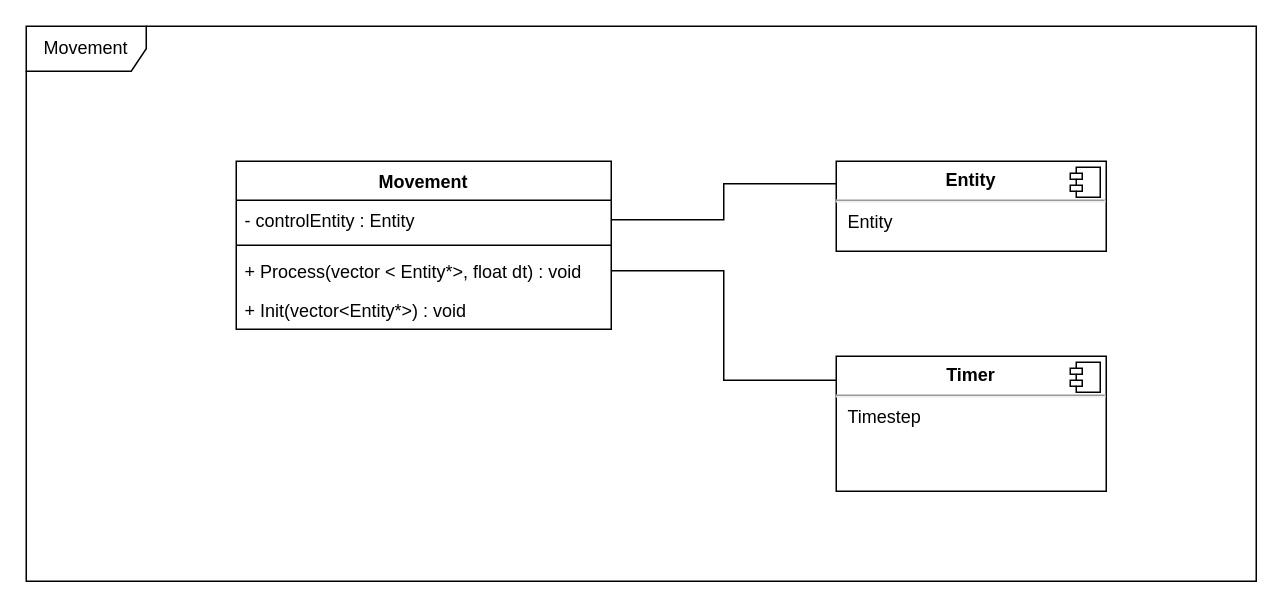
Before: page "Movement" (13 of 14) of UMLDiagram.drawio in hazN/ECS_Engine, a draw.io diagram. Source tidied: cells renumbered, new cells numbered last; positions are measured from the earlier drawing's top-left corner, leaving out a move shared by most shapes. Both pictures are drawn from the tidied source at 150%, with x=0, y=0 at pixel (26, 26).
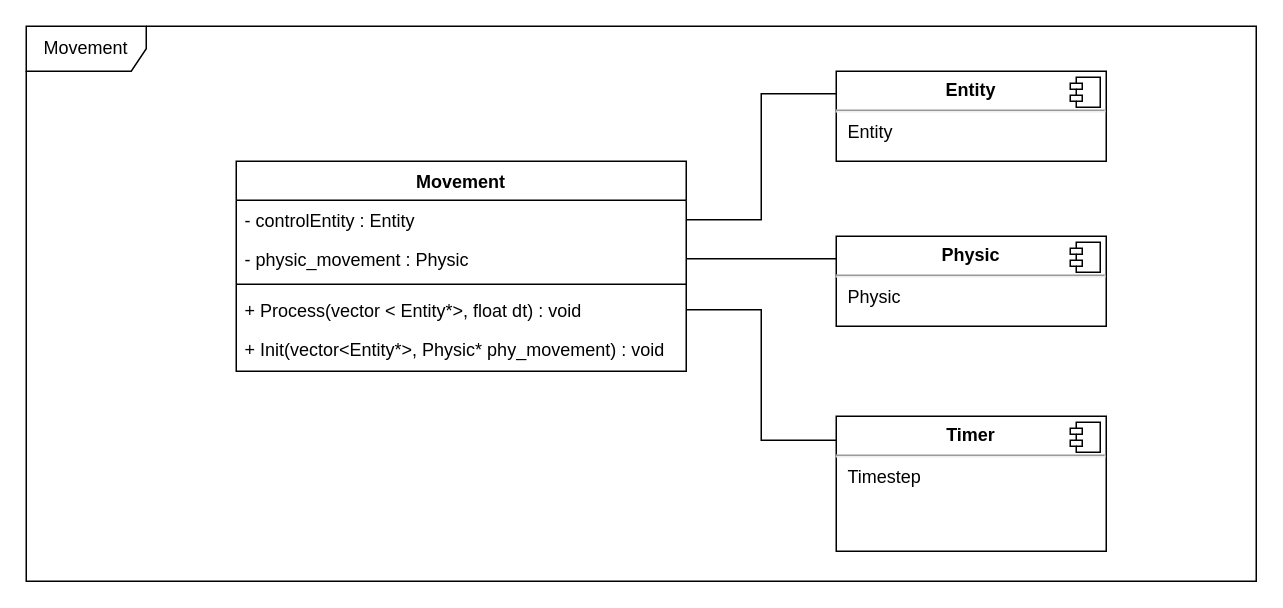
After the change.

The edit, as a diff of the source:
```diff
@@
 <mxGraphModel>
   <root>
     <mxCell id="0" />
     <mxCell id="1" parent="0" />
     <mxCell id="2" value="Movement" style="shape=umlFrame;whiteSpace=wrap;html=1;width=80;height=30;" parent="1" vertex="1">
       <mxGeometry width="820" height="370" as="geometry" />
     </mxCell>
     <mxCell id="3" value="Movement" style="swimlane;fontStyle=1;align=center;verticalAlign=top;horizontal=1;startSize=26;" parent="1" vertex="1">
-      <mxGeometry x="140" y="90" width="250" height="112" as="geometry" />
+      <mxGeometry x="140" y="90" width="300" height="140" as="geometry" />
     </mxCell>
+    <mxCell id="14" value="- controlEntity : Entity" style="text;strokeColor=none;fillColor=none;align=left;verticalAlign=top;spacingLeft=4;spacingRight=4;overflow=hidden;points=[[0,0.5],[1,0.5]];portConstraint=eastwest;" parent="3" vertex="1">
+      <mxGeometry y="26" width="300" height="26" as="geometry" />
+    </mxCell>
-    <mxCell id="4" value="- controlEntity : Entity" style="text;strokeColor=none;fillColor=none;align=left;verticalAlign=top;spacingLeft=4;spacingRight=4;overflow=hidden;points=[[0,0.5],[1,0.5]];portConstraint=eastwest;" parent="3" vertex="1">
-      <mxGeometry y="26" width="250" height="26" as="geometry" />
+    <mxCell id="4" value="- physic_movement : Physic" style="text;strokeColor=none;fillColor=none;align=left;verticalAlign=top;spacingLeft=4;spacingRight=4;overflow=hidden;points=[[0,0.5],[1,0.5]];portConstraint=eastwest;" parent="3" vertex="1">
+      <mxGeometry y="52" width="300" height="26" as="geometry" />
     </mxCell>
     <mxCell id="5" style="line;strokeWidth=1;fillColor=none;align=left;verticalAlign=middle;spacingTop=-1;spacingLeft=3;spacingRight=3;labelPosition=right;strokeColor=inherit;" parent="3" vertex="1">
-      <mxGeometry y="52" width="250" height="8" as="geometry" />
+      <mxGeometry y="78" width="300" height="8" as="geometry" />
     </mxCell>
     <mxCell id="6" value="+ Process(vector &lt; Entity*&gt;, float dt) : void" style="text;strokeColor=none;fillColor=none;align=left;verticalAlign=top;spacingLeft=4;spacingRight=4;overflow=hidden;points=[[0,0.5],[1,0.5]];portConstraint=eastwest;" parent="3" vertex="1">
-      <mxGeometry y="60" width="250" height="26" as="geometry" />
+      <mxGeometry y="86" width="300" height="26" as="geometry" />
     </mxCell>
-    <mxCell id="7" value="+ Init(vector&lt;Entity*&gt;) : void" style="text;strokeColor=none;fillColor=none;align=left;verticalAlign=top;spacingLeft=4;spacingRight=4;overflow=hidden;" parent="3" vertex="1">
-      <mxGeometry y="86" width="250" height="26" as="geometry" />
+    <mxCell id="7" value="+ Init(vector&lt;Entity*&gt;, Physic* phy_movement) : void" style="text;strokeColor=none;fillColor=none;align=left;verticalAlign=top;spacingLeft=4;spacingRight=4;overflow=hidden;" parent="3" vertex="1">
+      <mxGeometry y="112" width="300" height="28" as="geometry" />
     </mxCell>
     <mxCell id="8" value="&lt;p style=&quot;margin:0px;margin-top:6px;text-align:center;&quot;&gt;&lt;b&gt;Entity&lt;/b&gt;&lt;/p&gt;&lt;hr&gt;&lt;p style=&quot;margin:0px;margin-left:8px;&quot;&gt;Entity&lt;/p&gt;" style="align=left;overflow=fill;html=1;" parent="1" vertex="1">
-      <mxGeometry x="540" y="90" width="180" height="60" as="geometry" />
+      <mxGeometry x="540" y="30" width="180" height="60" as="geometry" />
     </mxCell>
     <mxCell id="9" style="shape=component;jettyWidth=8;jettyHeight=4;" parent="8" vertex="1">
       <mxGeometry x="1" width="20" height="20" relative="1" as="geometry">
         <mxPoint x="-24" y="4" as="offset" />
       </mxGeometry>
     </mxCell>
-    <mxCell id="10" style="edgeStyle=orthogonalEdgeStyle;rounded=0;jettySize=auto;html=1;exitX=1;exitY=0.5;exitDx=0;exitDy=0;entryX=0;entryY=0.25;entryDx=0;entryDy=0;endArrow=none;endFill=0;" parent="1" edge="1" source="4" target="8">
+    <mxCell id="10" style="edgeStyle=orthogonalEdgeStyle;rounded=0;jettySize=auto;html=1;exitX=1;exitY=0.5;exitDx=0;exitDy=0;entryX=0;entryY=0.25;entryDx=0;entryDy=0;endArrow=none;endFill=0;" parent="1" edge="1" source="14" target="8">
       <mxGeometry relative="1" as="geometry" />
     </mxCell>
     <mxCell id="11" value="&lt;p style=&quot;margin:0px;margin-top:6px;text-align:center;&quot;&gt;&lt;b&gt;Timer&lt;/b&gt;&lt;/p&gt;&lt;hr&gt;&lt;p style=&quot;margin:0px;margin-left:8px;&quot;&gt;Timestep&lt;/p&gt;" style="align=left;overflow=fill;html=1;" parent="1" vertex="1">
-      <mxGeometry x="540" y="220" width="180" height="90" as="geometry" />
+      <mxGeometry x="540" y="260" width="180" height="90" as="geometry" />
     </mxCell>
     <mxCell id="12" style="shape=component;jettyWidth=8;jettyHeight=4;" parent="11" vertex="1">
       <mxGeometry x="1" width="20" height="20" relative="1" as="geometry">
         <mxPoint x="-24" y="4" as="offset" />
       </mxGeometry>
     </mxCell>
     <mxCell id="13" style="edgeStyle=orthogonalEdgeStyle;rounded=0;jettySize=auto;html=1;exitX=1;exitY=0.5;exitDx=0;exitDy=0;entryX=0;entryY=0.178;entryDx=0;entryDy=0;entryPerimeter=0;endArrow=none;endFill=0;" parent="1" edge="1" source="6" target="11">
       <mxGeometry relative="1" as="geometry" />
     </mxCell>
+    <mxCell id="15" value="&lt;p style=&quot;margin:0px;margin-top:6px;text-align:center;&quot;&gt;&lt;b&gt;Physic&lt;/b&gt;&lt;/p&gt;&lt;hr&gt;&lt;p style=&quot;margin:0px;margin-left:8px;&quot;&gt;Physic&lt;/p&gt;" style="align=left;overflow=fill;html=1;" parent="1" vertex="1">
+      <mxGeometry x="540" y="140" width="180" height="60" as="geometry" />
+    </mxCell>
+    <mxCell id="16" style="shape=component;jettyWidth=8;jettyHeight=4;" parent="15" vertex="1">
+      <mxGeometry x="1" width="20" height="20" relative="1" as="geometry">
+        <mxPoint x="-24" y="4" as="offset" />
+      </mxGeometry>
+    </mxCell>
+    <mxCell id="17" style="edgeStyle=orthogonalEdgeStyle;rounded=0;jettySize=auto;html=1;exitX=1;exitY=0.5;exitDx=0;exitDy=0;entryX=0;entryY=0.25;entryDx=0;entryDy=0;endArrow=none;endFill=0;" parent="1" edge="1" source="4" target="15">
+      <mxGeometry relative="1" as="geometry" />
+    </mxCell>
   </root>
 </mxGraphModel>
```
